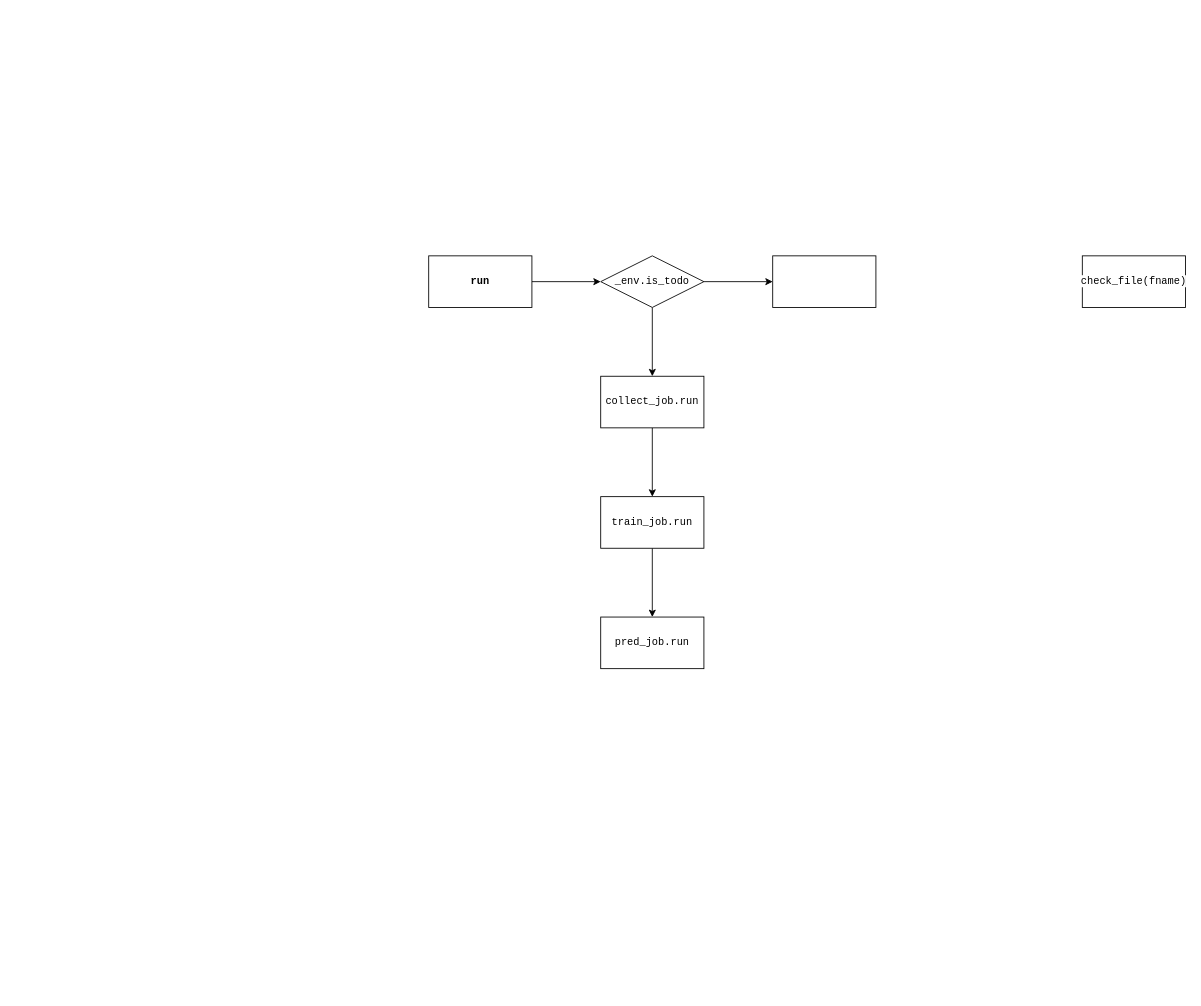
Earlier version of the draw.io diagram tongdengfund/ppl.drawio (mistyeye11/drawio). Source tidied: cells renumbered, new cells numbered last; positions are measured from the earlier drawing's top-left corner, leaving out a move shared by most shapes. Both pictures are drawn from the tidied source at 86%, with x=0, y=0 at pixel (428, 255).
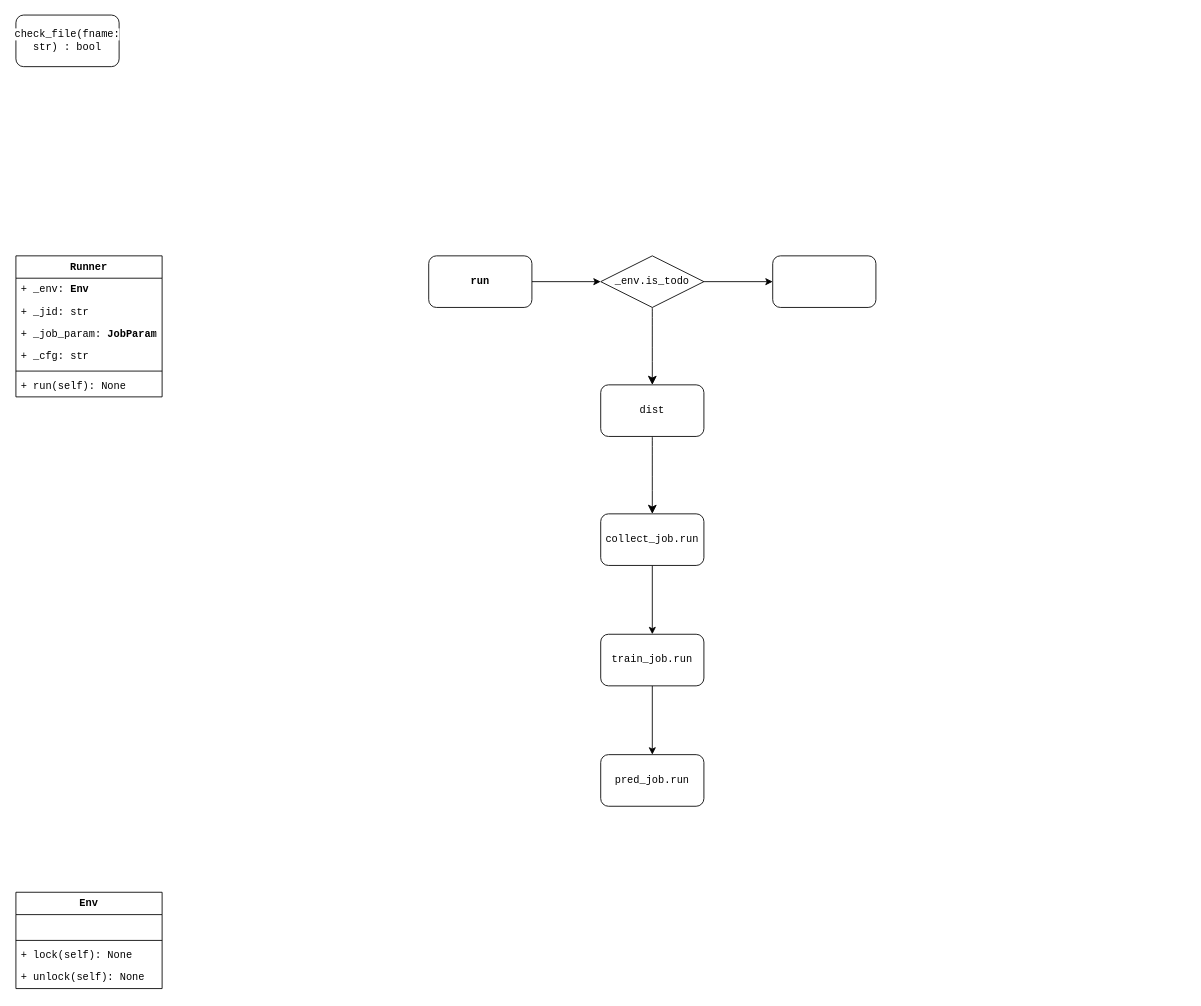
The same diagram, later.

What changed in the source:
```diff
@@
-    <mxCell id="2" style="edgeStyle=orthogonalEdgeStyle;rounded=0;jettySize=auto;html=1;fontFamily=Courier New;" parent="1" edge="1" source="3" target="6">
+    <mxCell id="2" style="edgeStyle=orthogonalEdgeStyle;rounded=1;jettySize=auto;html=1;fontFamily=Courier New;strokeColor=default;align=center;verticalAlign=middle;fontSize=12;fontColor=default;fillColor=default;" parent="1" edge="1" source="3" target="6">
       <mxGeometry relative="1" as="geometry" />
     </mxCell>
-    <mxCell id="3" value="run" style="rounded=0;whiteSpace=wrap;html=1;fontFamily=Courier New;fontStyle=1;" parent="1" vertex="1">
+    <mxCell id="3" value="run" style="rounded=1;whiteSpace=wrap;html=1;fontFamily=Courier New;fontStyle=1;strokeColor=default;align=center;verticalAlign=middle;fontSize=12;fontColor=default;fillColor=default;" parent="1" vertex="1">
       <mxGeometry width="120" height="60" as="geometry" />
     </mxCell>
-    <mxCell id="4" style="edgeStyle=orthogonalEdgeStyle;rounded=0;jettySize=auto;html=1;fontFamily=Courier New;" parent="1" edge="1" source="6" target="8">
-      <mxGeometry relative="1" as="geometry" />
-    </mxCell>
-    <mxCell id="5" style="edgeStyle=orthogonalEdgeStyle;rounded=0;jettySize=auto;html=1;fontFamily=Courier New;" parent="1" edge="1" source="6" target="12">
+    <mxCell id="5" style="edgeStyle=orthogonalEdgeStyle;rounded=1;jettySize=auto;html=1;fontFamily=Courier New;strokeColor=default;align=center;verticalAlign=middle;fontSize=12;fontColor=default;fillColor=default;" parent="1" edge="1" source="6" target="12">
       <mxGeometry relative="1" as="geometry" />
     </mxCell>
+    <mxCell id="14" style="edgeStyle=none;curved=1;rounded=0;jettySize=auto;html=1;fontSize=12;startSize=8;endSize=8;fontFamily=Courier New;" parent="1" edge="1" source="6" target="16">
+      <mxGeometry relative="1" as="geometry" />
+    </mxCell>
-    <mxCell id="6" value="_env.is_todo" style="whiteSpace=wrap;html=1;rounded=0;shape=rhombus;perimeter=rhombusPerimeter;fontFamily=Courier New;" parent="1" vertex="1">
+    <mxCell id="6" value="_env.is_todo" style="whiteSpace=wrap;html=1;rounded=0;shape=rhombus;perimeter=rhombusPerimeter;fontFamily=Courier New;strokeColor=default;align=center;verticalAlign=middle;fontSize=12;fontColor=default;fillColor=default;" parent="1" vertex="1">
       <mxGeometry x="200" width="120" height="60" as="geometry" />
     </mxCell>
-    <mxCell id="7" style="edgeStyle=orthogonalEdgeStyle;rounded=0;jettySize=auto;html=1;fontFamily=Courier New;" parent="1" edge="1" source="8" target="10">
+    <mxCell id="7" style="edgeStyle=orthogonalEdgeStyle;rounded=1;jettySize=auto;html=1;fontFamily=Courier New;strokeColor=default;align=center;verticalAlign=middle;fontSize=12;fontColor=default;fillColor=default;" parent="1" edge="1" source="8" target="10">
       <mxGeometry relative="1" as="geometry" />
     </mxCell>
-    <mxCell id="8" value="collect_job.run" style="whiteSpace=wrap;html=1;rounded=0;fontFamily=Courier New;" parent="1" vertex="1">
-      <mxGeometry x="200" y="140" width="120" height="60" as="geometry" />
+    <mxCell id="8" value="&lt;font style=&quot;font-size: 12px;&quot;&gt;collect_job.run&lt;/font&gt;" style="whiteSpace=wrap;html=1;rounded=1;fontFamily=Courier New;strokeColor=default;align=center;verticalAlign=middle;fontSize=12;fontColor=default;fillColor=default;direction=west;" parent="1" vertex="1">
+      <mxGeometry x="200" y="300" width="120" height="60" as="geometry" />
     </mxCell>
-    <mxCell id="9" style="edgeStyle=orthogonalEdgeStyle;rounded=0;jettySize=auto;html=1;fontFamily=Courier New;" parent="1" edge="1" source="10" target="11">
+    <mxCell id="9" style="edgeStyle=orthogonalEdgeStyle;rounded=1;jettySize=auto;html=1;fontFamily=Courier New;strokeColor=default;align=center;verticalAlign=middle;fontSize=12;fontColor=default;fillColor=default;" parent="1" edge="1" source="10" target="11">
       <mxGeometry relative="1" as="geometry" />
     </mxCell>
-    <mxCell id="10" value="train_job.run" style="whiteSpace=wrap;html=1;rounded=0;fontFamily=Courier New;" parent="1" vertex="1">
-      <mxGeometry x="200" y="280" width="120" height="60" as="geometry" />
+    <mxCell id="10" value="train_job.run" style="whiteSpace=wrap;html=1;rounded=1;fontFamily=Courier New;strokeColor=default;align=center;verticalAlign=middle;fontSize=12;fontColor=default;fillColor=default;" parent="1" vertex="1">
+      <mxGeometry x="200" y="440" width="120" height="60" as="geometry" />
     </mxCell>
-    <mxCell id="11" value="pred_job.run" style="whiteSpace=wrap;html=1;rounded=0;fontFamily=Courier New;" parent="1" vertex="1">
-      <mxGeometry x="200" y="420" width="120" height="60" as="geometry" />
+    <mxCell id="11" value="pred_job.run" style="whiteSpace=wrap;html=1;rounded=1;fontFamily=Courier New;strokeColor=default;align=center;verticalAlign=middle;fontSize=12;fontColor=default;fillColor=default;" parent="1" vertex="1">
+      <mxGeometry x="200" y="580" width="120" height="60" as="geometry" />
     </mxCell>
-    <mxCell id="12" style="whiteSpace=wrap;html=1;fontFamily=Courier New;rounded=0;" parent="1" vertex="1">
+    <mxCell id="12" style="whiteSpace=wrap;html=1;fontFamily=Courier New;rounded=1;strokeColor=default;align=center;verticalAlign=middle;fontSize=12;fontColor=default;fillColor=default;" parent="1" vertex="1">
       <mxGeometry x="400" width="120" height="60" as="geometry" />
     </mxCell>
-    <mxCell id="13" value="&lt;span style=&quot;background-color: rgb(255, 255, 255);&quot;&gt;check_file(fname)&lt;/span&gt;" style="rounded=0;whiteSpace=wrap;html=1;fontFamily=Courier New;" parent="1" vertex="1">
-      <mxGeometry x="760" width="120" height="60" as="geometry" />
+    <mxCell id="13" value="&lt;font style=&quot;font-size: 12px;&quot;&gt;&lt;span style=&quot;background-color: rgb(255, 255, 255); font-size: 12px;&quot;&gt;check_file(fname: str) : bool&lt;br style=&quot;font-size: 12px;&quot;&gt;&lt;/span&gt;&lt;/font&gt;" style="rounded=1;html=1;fontFamily=Courier New;whiteSpace=wrap;fontSize=12;" parent="1" vertex="1">
+      <mxGeometry x="-480" y="-280" width="120" height="60" as="geometry" />
     </mxCell>
+    <mxCell id="15" style="edgeStyle=none;curved=1;rounded=0;jettySize=auto;html=1;fontSize=12;startSize=8;endSize=8;fontFamily=Courier New;" parent="1" edge="1" source="16" target="8">
+      <mxGeometry relative="1" as="geometry" />
+    </mxCell>
+    <mxCell id="16" value="dist" style="whiteSpace=wrap;html=1;fontSize=12;fontFamily=Courier New;rounded=1;" parent="1" vertex="1">
+      <mxGeometry x="200" y="150" width="120" height="60" as="geometry" />
+    </mxCell>
+    <mxCell id="17" value="&lt;div style=&quot;font-size: 12px;&quot;&gt;Runner&lt;/div&gt;" style="swimlane;fontStyle=1;align=center;verticalAlign=top;horizontal=1;startSize=26;whiteSpace=wrap;html=1;fontSize=12;fontFamily=Courier New;" parent="1" vertex="1">
+      <mxGeometry x="-480" width="170" height="164" as="geometry" />
+    </mxCell>
+    <mxCell id="18" value="+ _env: &lt;b&gt;Env&lt;/b&gt;" style="text;strokeColor=none;fillColor=none;align=left;verticalAlign=top;spacingLeft=4;spacingRight=4;overflow=hidden;whiteSpace=wrap;html=1;fontSize=12;fontFamily=Courier New;" parent="17" vertex="1">
+      <mxGeometry y="26" width="170" height="26" as="geometry" />
+    </mxCell>
+    <mxCell id="19" value="+ _jid: str" style="text;strokeColor=none;fillColor=none;align=left;verticalAlign=top;spacingLeft=4;spacingRight=4;overflow=hidden;whiteSpace=wrap;html=1;fontSize=12;fontFamily=Courier New;" parent="17" vertex="1">
+      <mxGeometry y="52" width="170" height="26" as="geometry" />
+    </mxCell>
+    <mxCell id="20" value="+ _job_param: &lt;b&gt;JobParam&lt;/b&gt;" style="text;strokeColor=none;fillColor=none;align=left;verticalAlign=top;spacingLeft=4;spacingRight=4;overflow=hidden;whiteSpace=wrap;html=1;fontSize=12;fontFamily=Courier New;" parent="17" vertex="1">
+      <mxGeometry y="78" width="170" height="26" as="geometry" />
+    </mxCell>
+    <mxCell id="21" value="+ _cfg: str" style="text;strokeColor=none;fillColor=none;align=left;verticalAlign=top;spacingLeft=4;spacingRight=4;overflow=hidden;whiteSpace=wrap;html=1;fontSize=12;fontFamily=Courier New;" parent="17" vertex="1">
+      <mxGeometry y="104" width="170" height="26" as="geometry" />
+    </mxCell>
+    <mxCell id="22" style="line;strokeWidth=1;fillColor=none;align=left;verticalAlign=middle;spacingTop=-1;spacingLeft=3;spacingRight=3;labelPosition=right;strokeColor=inherit;fontSize=12;fontFamily=Courier New;" parent="17" vertex="1">
+      <mxGeometry y="130" width="170" height="8" as="geometry" />
+    </mxCell>
+    <mxCell id="23" value="+ run(self): None" style="text;strokeColor=none;fillColor=none;align=left;verticalAlign=top;spacingLeft=4;spacingRight=4;overflow=hidden;whiteSpace=wrap;html=1;fontSize=12;fontFamily=Courier New;" parent="17" vertex="1">
+      <mxGeometry y="138" width="170" height="26" as="geometry" />
+    </mxCell>
+    <mxCell id="24" value="Env" style="swimlane;fontStyle=1;align=center;verticalAlign=top;horizontal=1;startSize=26;whiteSpace=wrap;html=1;fontSize=12;fontFamily=Courier New;" parent="1" vertex="1">
+      <mxGeometry x="-480" y="740" width="170" height="112" as="geometry" />
+    </mxCell>
+    <mxCell id="25" value="&amp;nbsp;" style="text;strokeColor=none;fillColor=none;align=left;verticalAlign=top;spacingLeft=4;spacingRight=4;overflow=hidden;whiteSpace=wrap;html=1;fontSize=12;fontFamily=Courier New;" parent="24" vertex="1">
+      <mxGeometry y="26" width="170" height="26" as="geometry" />
+    </mxCell>
+    <mxCell id="26" style="line;strokeWidth=1;fillColor=none;align=left;verticalAlign=middle;spacingTop=-1;spacingLeft=3;spacingRight=3;labelPosition=right;strokeColor=inherit;fontSize=12;fontFamily=Courier New;" parent="24" vertex="1">
+      <mxGeometry y="52" width="170" height="8" as="geometry" />
+    </mxCell>
+    <mxCell id="27" value="+ lock(self): None" style="text;strokeColor=none;fillColor=none;align=left;verticalAlign=top;spacingLeft=4;spacingRight=4;overflow=hidden;whiteSpace=wrap;html=1;fontSize=12;fontFamily=Courier New;" parent="24" vertex="1">
+      <mxGeometry y="60" width="170" height="26" as="geometry" />
+    </mxCell>
+    <mxCell id="28" value="+ unlock(self): None" style="text;strokeColor=none;fillColor=none;align=left;verticalAlign=top;spacingLeft=4;spacingRight=4;overflow=hidden;whiteSpace=wrap;html=1;fontSize=12;fontFamily=Courier New;" parent="24" vertex="1">
+      <mxGeometry y="86" width="170" height="26" as="geometry" />
+    </mxCell>
```
